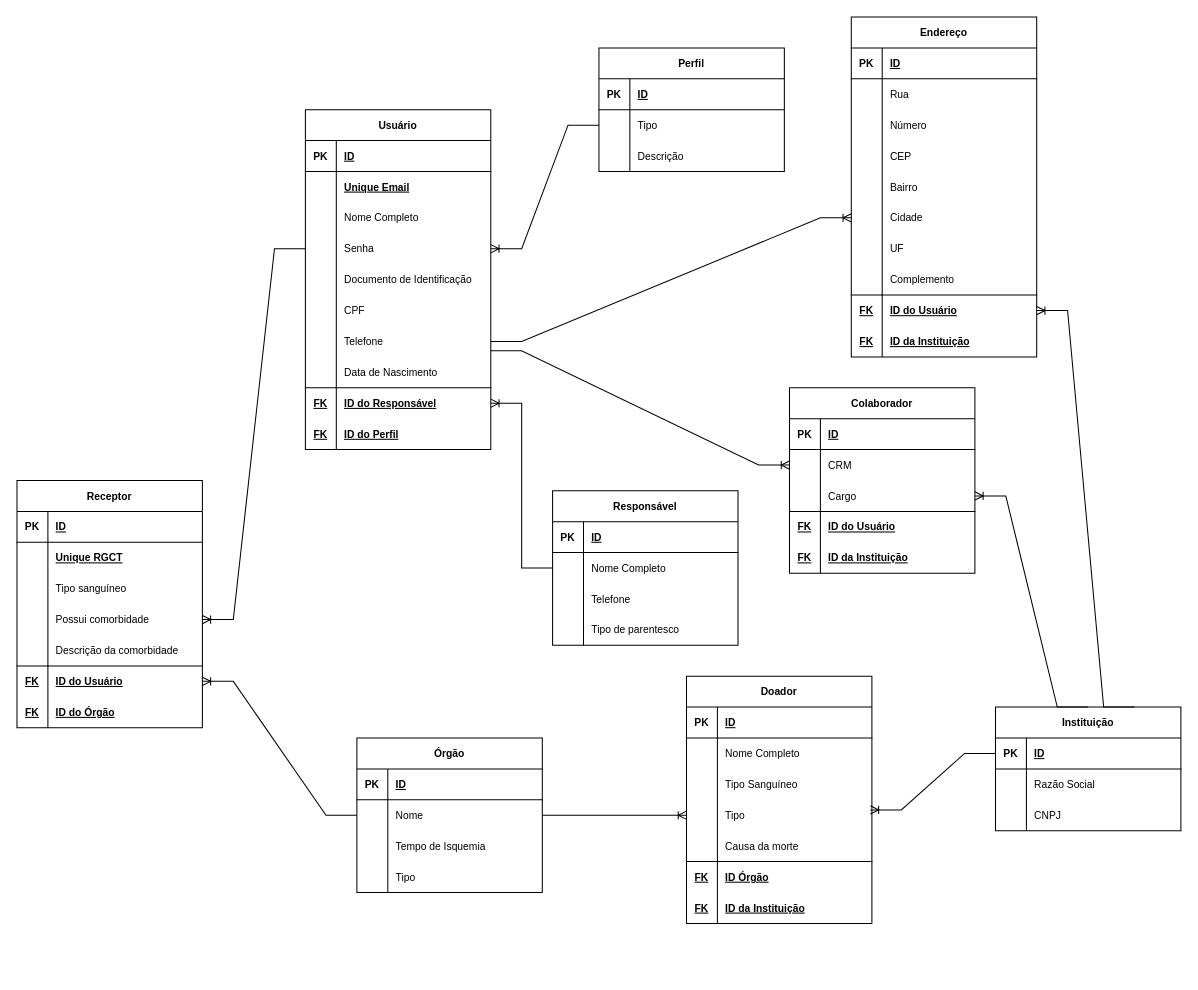
The draw.io diagram page "Modelo Lógico" (2 of 2) of DER/DER-SDTO.drawio in squadlovelace/sdto-data-model, before the edit. Source tidied: cells renumbered, new cells numbered last; positions are measured from the earlier drawing's top-left corner, leaving out a move shared by most shapes. Both pictures are drawn from the tidied source at 103%, with x=0, y=0 at pixel (16, 16).
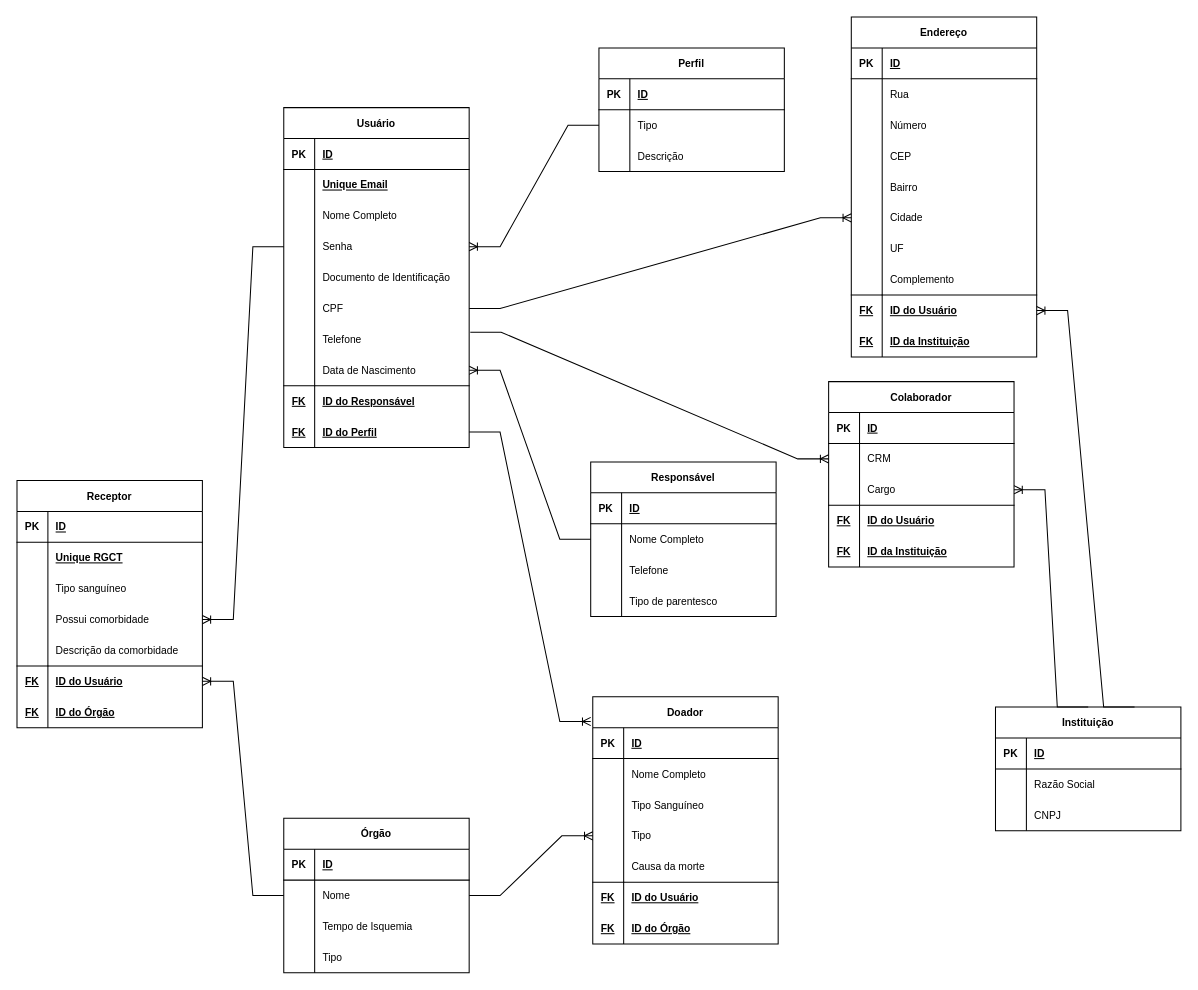
The same page after the edit.

Unchanged cells that the change refers to:
```xml
<mxCell id="18" style="shape=tableRow;horizontal=0;startSize=0;swimlaneHead=0;swimlaneBody=0;fillColor=none;points=[[0,0.5],[1,0.5]];portConstraint=eastwest;top=0;left=0;right=0;bottom=0;fontSize=10;" parent="2" vertex="1">
  <mxGeometry y="180" width="180" height="30" as="geometry" />
</mxCell>
<mxCell id="21" style="shape=tableRow;horizontal=0;startSize=0;swimlaneHead=0;swimlaneBody=0;fillColor=none;points=[[0,0.5],[1,0.5]];portConstraint=eastwest;top=0;left=0;right=0;bottom=0;fontSize=10;" parent="2" vertex="1">
  <mxGeometry y="210" width="180" height="30" as="geometry" />
</mxCell>
<mxCell id="24" style="shape=tableRow;horizontal=0;startSize=0;swimlaneHead=0;swimlaneBody=0;fillColor=none;points=[[0,0.5],[1,0.5]];portConstraint=eastwest;top=0;left=0;right=0;bottom=0;fontSize=10;" parent="2" vertex="1">
  <mxGeometry y="240" width="180" height="30" as="geometry" />
</mxCell>
<mxCell id="27" style="shape=tableRow;horizontal=0;startSize=0;swimlaneHead=0;swimlaneBody=0;fillColor=none;points=[[0,0.5],[1,0.5]];portConstraint=eastwest;top=0;left=0;right=0;bottom=0;fontSize=10;" parent="2" vertex="1">
  <mxGeometry y="270" width="180" height="30" as="geometry" />
</mxCell>
<mxCell id="30" style="shape=tableRow;horizontal=0;startSize=0;swimlaneHead=0;swimlaneBody=0;fillColor=none;points=[[0,0.5],[1,0.5]];portConstraint=eastwest;top=0;left=0;right=0;bottom=0;fontSize=10;" parent="2" vertex="1">
  <mxGeometry y="300" width="180" height="30" as="geometry" />
</mxCell>
<mxCell id="59" style="shape=tableRow;horizontal=0;startSize=0;swimlaneHead=0;swimlaneBody=0;fillColor=none;points=[[0,0.5],[1,0.5]];portConstraint=eastwest;top=0;left=0;right=0;bottom=0;fontSize=10;" parent="43" vertex="1">
  <mxGeometry y="180" width="180" height="30" as="geometry" />
</mxCell>
<mxCell id="78" style="shape=tableRow;horizontal=0;startSize=0;swimlaneHead=0;swimlaneBody=0;fillColor=none;points=[[0,0.5],[1,0.5]];portConstraint=eastwest;top=0;left=0;right=0;bottom=0;fontSize=10;" parent="74" vertex="1">
  <mxGeometry y="60" width="180" height="30" as="geometry" />
</mxCell>
<mxCell id="88" style="shape=tableRow;horizontal=0;startSize=0;swimlaneHead=0;swimlaneBody=0;fillColor=none;points=[[0,0.5],[1,0.5]];portConstraint=eastwest;top=0;left=0;right=0;bottom=1;fontSize=10;" parent="87" vertex="1">
  <mxGeometry y="30" width="180" height="30" as="geometry" />
</mxCell>
<mxCell id="101" style="shape=tableRow;horizontal=0;startSize=0;swimlaneHead=0;swimlaneBody=0;fillColor=none;points=[[0,0.5],[1,0.5]];portConstraint=eastwest;top=0;left=0;right=0;bottom=0;fontSize=10;" parent="97" vertex="1">
  <mxGeometry y="60" width="180" height="30" as="geometry" />
</mxCell>
<mxCell id="158" style="shape=tableRow;horizontal=0;startSize=0;swimlaneHead=0;swimlaneBody=0;fillColor=none;points=[[0,0.5],[1,0.5]];portConstraint=eastwest;top=0;left=0;right=0;bottom=0;fontSize=10;" parent="148" vertex="1">
  <mxGeometry y="120" width="180" height="30" as="geometry" />
</mxCell>
<mxCell id="164" style="shape=tableRow;horizontal=0;startSize=0;swimlaneHead=0;swimlaneBody=0;fillColor=none;top=0;left=0;right=0;bottom=0;fontSize=10;" parent="148" vertex="1">
  <mxGeometry y="180" width="180" height="30" as="geometry" />
</mxCell>
<mxCell id="167" style="shape=tableRow;horizontal=0;startSize=0;swimlaneHead=0;swimlaneBody=0;fillColor=none;top=0;left=0;right=0;bottom=0;fontSize=10;" parent="148" vertex="1">
  <mxGeometry y="210" width="180" height="30" as="geometry" />
</mxCell>
```

Diff of the diagram source:
```diff
@@
     <mxCell id="2" value="Usuário" style="shape=table;startSize=30;childLayout=tableLayout;rowLines=0;fontStyle=1;align=center;fontSize=10;" parent="1" vertex="1">
-      <mxGeometry x="280" y="90" width="180" height="330" as="geometry" />
+      <mxGeometry x="259" y="88" width="180" height="330" as="geometry" />
     </mxCell>
@@
     <mxCell id="74" value="Responsável" style="shape=table;startSize=30;childLayout=tableLayout;rowLines=0;fontStyle=1;align=center;fontSize=10;" parent="1" vertex="1">
-      <mxGeometry x="520" y="460" width="180" height="150" as="geometry" />
+      <mxGeometry x="557" y="432" width="180" height="150" as="geometry" />
     </mxCell>
@@
     <mxCell id="97" value="Colaborador" style="shape=table;startSize=30;childLayout=tableLayout;rowLines=0;fontStyle=1;align=center;fontSize=10;" parent="1" vertex="1">
-      <mxGeometry x="750" y="360" width="180" height="180" as="geometry" />
+      <mxGeometry x="788" y="354" width="180" height="180" as="geometry" />
     </mxCell>
@@
     <mxCell id="135" value="Órgão" style="shape=table;startSize=30;childLayout=tableLayout;rowLines=0;fontStyle=1;align=center;fontSize=10;" parent="1" vertex="1">
-      <mxGeometry x="330" y="700" width="180" height="150" as="geometry" />
+      <mxGeometry x="259" y="778" width="180" height="150" as="geometry" />
     </mxCell>
@@
     <mxCell id="148" value="Doador" style="shape=table;startSize=30;childLayout=tableLayout;rowLines=0;fontStyle=1;align=center;fontSize=10;" parent="1" vertex="1">
-      <mxGeometry x="650" y="640" width="180" height="240" as="geometry" />
+      <mxGeometry x="559" y="660" width="180" height="240" as="geometry" />
     </mxCell>
@@
-    <mxCell id="166" value="ID Órgão" style="shape=partialRectangle;fillColor=none;top=1;left=0;bottom=0;right=0;align=left;spacingLeft=6;overflow=hidden;fontSize=10;fontStyle=5;" parent="164" vertex="1">
+    <mxCell id="166" value="ID do Usuário" style="shape=partialRectangle;fillColor=none;top=1;left=0;bottom=0;right=0;align=left;spacingLeft=6;overflow=hidden;fontSize=10;fontStyle=5;" parent="164" vertex="1">
       <mxGeometry x="30" width="150" height="30" as="geometry" />
     </mxCell>
@@
-    <mxCell id="169" value="ID da Instituição" style="shape=partialRectangle;fillColor=none;top=0;left=0;bottom=0;right=0;align=left;spacingLeft=6;overflow=hidden;fontSize=10;fontStyle=5;" parent="167" vertex="1">
+    <mxCell id="169" value="ID do Órgão" style="shape=partialRectangle;fillColor=none;top=0;left=0;bottom=0;right=0;align=left;spacingLeft=6;overflow=hidden;fontSize=10;fontStyle=5;" parent="167" vertex="1">
       <mxGeometry x="30" width="150" height="30" as="geometry" />
     </mxCell>
@@
-    <mxCell id="171" style="edgeStyle=entityRelationEdgeStyle;fontSize=12;html=1;endArrow=ERoneToMany;rounded=0;entryX=1;entryY=0.5;entryDx=0;entryDy=0;exitX=0;exitY=0.5;exitDx=0;exitDy=0;" parent="1" edge="1" source="78" target="27">
+    <mxCell id="171" style="edgeStyle=entityRelationEdgeStyle;fontSize=12;html=1;endArrow=ERoneToMany;rounded=0;entryX=1;entryY=0.5;entryDx=0;entryDy=0;exitX=0;exitY=0.5;exitDx=0;exitDy=0;" parent="1" edge="1" source="78" target="24">
       <mxGeometry relative="1" as="geometry" />
     </mxCell>
@@
-    <mxCell id="175" style="edgeStyle=entityRelationEdgeStyle;fontSize=12;html=1;endArrow=ERoneToMany;rounded=0;exitX=1;exitY=0.5;exitDx=0;exitDy=0;entryX=0;entryY=0.5;entryDx=0;entryDy=0;" parent="1" edge="1" source="21" target="59">
+    <mxCell id="175" style="edgeStyle=entityRelationEdgeStyle;fontSize=12;html=1;endArrow=ERoneToMany;rounded=0;exitX=1;exitY=0.5;exitDx=0;exitDy=0;entryX=0;entryY=0.5;entryDx=0;entryDy=0;" parent="1" edge="1" source="18" target="59">
       <mxGeometry relative="1" as="geometry" />
     </mxCell>
-    <mxCell id="176" style="edgeStyle=entityRelationEdgeStyle;fontSize=12;html=1;endArrow=ERoneToMany;rounded=0;exitX=0.999;exitY=0.803;exitDx=0;exitDy=0;entryX=0;entryY=0.5;entryDx=0;entryDy=0;exitPerimeter=0;" parent="1" edge="1" source="21" target="101">
+    <mxCell id="176" style="edgeStyle=entityRelationEdgeStyle;fontSize=12;html=1;endArrow=ERoneToMany;rounded=0;exitX=1.006;exitY=0.267;exitDx=0;exitDy=0;entryX=0;entryY=0.5;entryDx=0;entryDy=0;exitPerimeter=0;" parent="1" edge="1" source="21" target="101">
       <mxGeometry relative="1" as="geometry" />
     </mxCell>
@@
-    <mxCell id="178" style="edgeStyle=entityRelationEdgeStyle;fontSize=12;html=1;endArrow=ERoneToMany;rounded=0;exitX=0;exitY=0.5;exitDx=0;exitDy=0;entryX=0.992;entryY=0.328;entryDx=0;entryDy=0;entryPerimeter=0;" parent="1" edge="1" source="88" target="158">
-      <mxGeometry relative="1" as="geometry" />
-    </mxCell>
@@
+    <mxCell id="180" style="edgeStyle=entityRelationEdgeStyle;fontSize=12;html=1;endArrow=ERoneToMany;rounded=0;entryX=-0.011;entryY=0.1;entryDx=0;entryDy=0;entryPerimeter=0;" parent="1" edge="1" source="30" target="148">
+      <mxGeometry relative="1" as="geometry" />
+    </mxCell>
```
